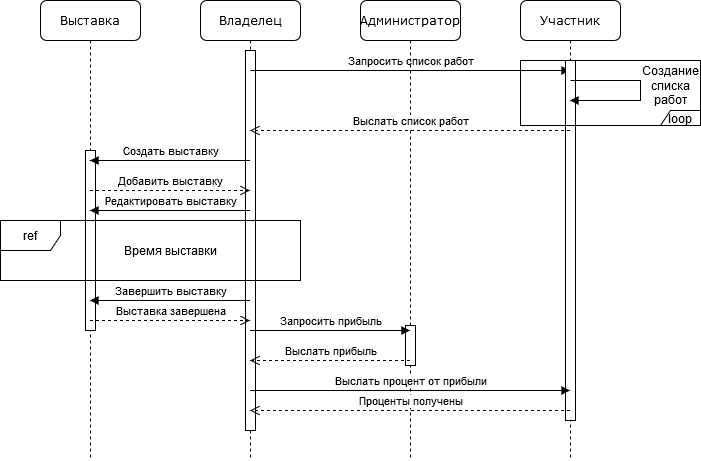
MrSandman5/ApplicationArchitecture keeps this draw.io diagram as diagrams/Организация выставки.png. Above is the earlier version. Source tidied: cells renumbered, new cells last; positions are measured from the earlier drawing's top-left corner, leaving out a move shared by most shapes.
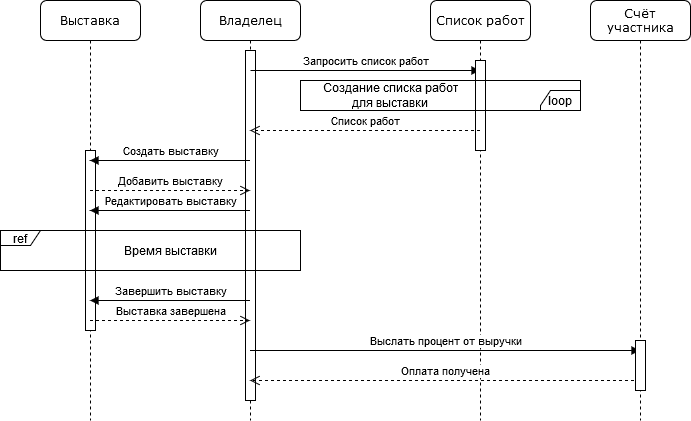
The same file after the commit.

Diff of the diagram source:
```diff
@@ -3,47 +3,32 @@
     <mxCell id="0" />
     <mxCell id="1" parent="0" />
     <mxCell id="2" value="Владелец" style="shape=umlLifeline;perimeter=lifelinePerimeter;whiteSpace=wrap;html=1;outlineConnect=0;rounded=1;shadow=0;comic=0;labelBackgroundColor=none;strokeWidth=1;fontFamily=Verdana;fontSize=12;align=center;" parent="1" vertex="1">
-      <mxGeometry x="200" width="100" height="460" as="geometry" />
+      <mxGeometry x="200" width="100" height="420" as="geometry" />
     </mxCell>
     <mxCell id="3" style="html=1;perimeter=orthogonalPerimeter;" parent="2" vertex="1">
-      <mxGeometry x="45" y="50" width="10" height="380" as="geometry" />
+      <mxGeometry x="45" y="50" width="10" height="350" as="geometry" />
     </mxCell>
     <mxCell id="4" value="Запросить список работ" style="html=1;verticalAlign=bottom;endArrow=block;" parent="2" edge="1" target="7">
       <mxGeometry relative="1" as="geometry">
         <mxPoint x="50" y="70" as="sourcePoint" />
       </mxGeometry>
     </mxCell>
-    <mxCell id="5" value="Администратор" style="shape=umlLifeline;perimeter=lifelinePerimeter;whiteSpace=wrap;html=1;outlineConnect=0;rounded=1;shadow=0;comic=0;labelBackgroundColor=none;strokeWidth=1;fontFamily=Verdana;fontSize=12;align=center;" parent="1" vertex="1">
-      <mxGeometry x="360" width="100" height="460" as="geometry" />
-    </mxCell>
-    <mxCell id="6" style="html=1;perimeter=orthogonalPerimeter;" parent="5" vertex="1">
-      <mxGeometry x="45" y="325" width="10" height="40" as="geometry" />
-    </mxCell>
-    <mxCell id="7" value="Участник" style="shape=umlLifeline;perimeter=lifelinePerimeter;whiteSpace=wrap;html=1;outlineConnect=0;rounded=1;shadow=0;comic=0;labelBackgroundColor=none;strokeWidth=1;fontFamily=Verdana;fontSize=12;align=center;" parent="1" vertex="1">
-      <mxGeometry x="520" width="100" height="460" as="geometry" />
+    <mxCell id="7" value="Список работ" style="shape=umlLifeline;perimeter=lifelinePerimeter;whiteSpace=wrap;html=1;outlineConnect=0;rounded=1;shadow=0;comic=0;labelBackgroundColor=none;strokeWidth=1;fontFamily=Verdana;fontSize=12;align=center;" parent="1" vertex="1">
+      <mxGeometry x="430" width="100" height="420" as="geometry" />
     </mxCell>
     <mxCell id="8" style="html=1;perimeter=orthogonalPerimeter;" parent="7" vertex="1">
-      <mxGeometry x="45" y="60" width="10" height="360" as="geometry" />
+      <mxGeometry x="45" y="60" width="10" height="90" as="geometry" />
     </mxCell>
     <mxCell id="9" value="Выставка" style="shape=umlLifeline;perimeter=lifelinePerimeter;whiteSpace=wrap;html=1;outlineConnect=0;rounded=1;shadow=0;comic=0;labelBackgroundColor=none;strokeWidth=1;fontFamily=Verdana;fontSize=12;align=center;" parent="1" vertex="1">
-      <mxGeometry x="40" width="100" height="460" as="geometry" />
+      <mxGeometry x="40" width="100" height="420" as="geometry" />
     </mxCell>
     <mxCell id="10" style="html=1;perimeter=orthogonalPerimeter;" parent="9" vertex="1">
       <mxGeometry x="45" y="150" width="10" height="180" as="geometry" />
     </mxCell>
-    <mxCell id="11" style="edgeStyle=orthogonalEdgeStyle;html=1;align=left;spacingLeft=2;endArrow=block;rounded=0;" parent="1" edge="1" target="7">
-      <mxGeometry x="-0.25" relative="1" as="geometry">
-        <mxPoint x="570" y="80" as="sourcePoint" />
-        <Array as="points">
-          <mxPoint x="640" y="80" />
-          <mxPoint x="640" y="100" />
-        </Array>
-      </mxGeometry>
-    </mxCell>
-    <mxCell id="12" value="Выслать список работ" style="html=1;verticalAlign=bottom;endArrow=open;dashed=1;endSize=8;" parent="1" edge="1" source="7" target="2">
+    <mxCell id="12" value="Список работ" style="html=1;verticalAlign=bottom;endArrow=open;dashed=1;endSize=8;" parent="1" edge="1" source="7" target="2">
       <mxGeometry relative="1" as="geometry">
         <Array as="points">
-          <mxPoint x="410" y="130" />
+          <mxPoint x="370" y="130" />
         </Array>
       </mxGeometry>
     </mxCell>
@@ -75,24 +60,10 @@
         </Array>
       </mxGeometry>
     </mxCell>
-    <mxCell id="17" value="Запросить прибыль" style="html=1;verticalAlign=bottom;endArrow=block;" parent="1" edge="1" source="2" target="5">
-      <mxGeometry relative="1" as="geometry">
-        <Array as="points">
-          <mxPoint x="380" y="330" />
-        </Array>
-      </mxGeometry>
-    </mxCell>
-    <mxCell id="18" value="Выслать прибыль" style="html=1;verticalAlign=bottom;endArrow=open;dashed=1;endSize=8;" parent="1" edge="1" source="5" target="2">
-      <mxGeometry relative="1" as="geometry">
-        <Array as="points">
-          <mxPoint x="360" y="360" />
-        </Array>
-      </mxGeometry>
-    </mxCell>
-    <mxCell id="19" value="Выслать процент от прибыли" style="html=1;verticalAlign=bottom;endArrow=block;" parent="1" edge="1" source="2" target="7">
+    <mxCell id="19" value="Выслать процент от выручки" style="html=1;verticalAlign=bottom;endArrow=block;" parent="1" edge="1" source="2" target="27">
       <mxGeometry relative="1" as="geometry">
         <Array as="points">
-          <mxPoint x="460" y="390" />
+          <mxPoint x="360" y="350" />
         </Array>
       </mxGeometry>
     </mxCell>
@@ -103,24 +74,30 @@
         </Array>
       </mxGeometry>
     </mxCell>
-    <mxCell id="21" value="Проценты получены" style="html=1;verticalAlign=bottom;endArrow=open;dashed=1;endSize=8;" parent="1" edge="1" source="7" target="2">
+    <mxCell id="21" value="Оплата получена" style="html=1;verticalAlign=bottom;endArrow=open;dashed=1;endSize=8;" parent="1" edge="1" source="27" target="2">
       <mxGeometry relative="1" as="geometry">
         <Array as="points">
-          <mxPoint x="470" y="410" />
+          <mxPoint x="460" y="380" />
         </Array>
       </mxGeometry>
     </mxCell>
-    <mxCell id="22" value="loop" style="shape=umlFrame;whiteSpace=wrap;html=1;direction=west;width=40;height=15;" parent="1" vertex="1">
-      <mxGeometry x="520" y="60" width="180" height="65" as="geometry" />
-    </mxCell>
-    <mxCell id="23" value="Создание списка работ" style="text;html=1;strokeColor=none;fillColor=none;align=center;verticalAlign=middle;whiteSpace=wrap;rounded=0;" parent="1" vertex="1">
-      <mxGeometry x="650" y="60" width="40" height="50" as="geometry" />
-    </mxCell>
-    <mxCell id="24" value="ref" style="shape=umlFrame;whiteSpace=wrap;html=1;" parent="1" vertex="1">
-      <mxGeometry y="220" width="300" height="60" as="geometry" />
+    <mxCell id="24" value="ref" style="shape=umlFrame;whiteSpace=wrap;html=1;width=40;height=15;" parent="1" vertex="1">
+      <mxGeometry y="230" width="300" height="40" as="geometry" />
     </mxCell>
     <mxCell id="25" value="Время выставки" style="text;html=1;strokeColor=none;fillColor=none;align=center;verticalAlign=middle;whiteSpace=wrap;rounded=0;" parent="1" vertex="1">
       <mxGeometry x="120" y="230" width="100" height="40" as="geometry" />
     </mxCell>
+    <mxCell id="22" value="loop" style="shape=umlFrame;whiteSpace=wrap;html=1;direction=west;width=40;height=20;" parent="1" vertex="1">
+      <mxGeometry x="300" y="80" width="280" height="30" as="geometry" />
+    </mxCell>
+    <mxCell id="26" value="Создание списка работ для выставки" style="text;html=1;strokeColor=none;fillColor=none;align=center;verticalAlign=middle;whiteSpace=wrap;rounded=0;" parent="1" vertex="1">
+      <mxGeometry x="310" y="85" width="160" height="20" as="geometry" />
+    </mxCell>
+    <mxCell id="27" value="Счёт участника" style="shape=umlLifeline;perimeter=lifelinePerimeter;whiteSpace=wrap;html=1;outlineConnect=0;rounded=1;shadow=0;comic=0;labelBackgroundColor=none;strokeWidth=1;fontFamily=Verdana;fontSize=12;align=center;" parent="1" vertex="1">
+      <mxGeometry x="590" width="100" height="420" as="geometry" />
+    </mxCell>
+    <mxCell id="28" style="html=1;perimeter=orthogonalPerimeter;" parent="27" vertex="1">
+      <mxGeometry x="45" y="340" width="10" height="50" as="geometry" />
+    </mxCell>
   </root>
 </mxGraphModel>
```
